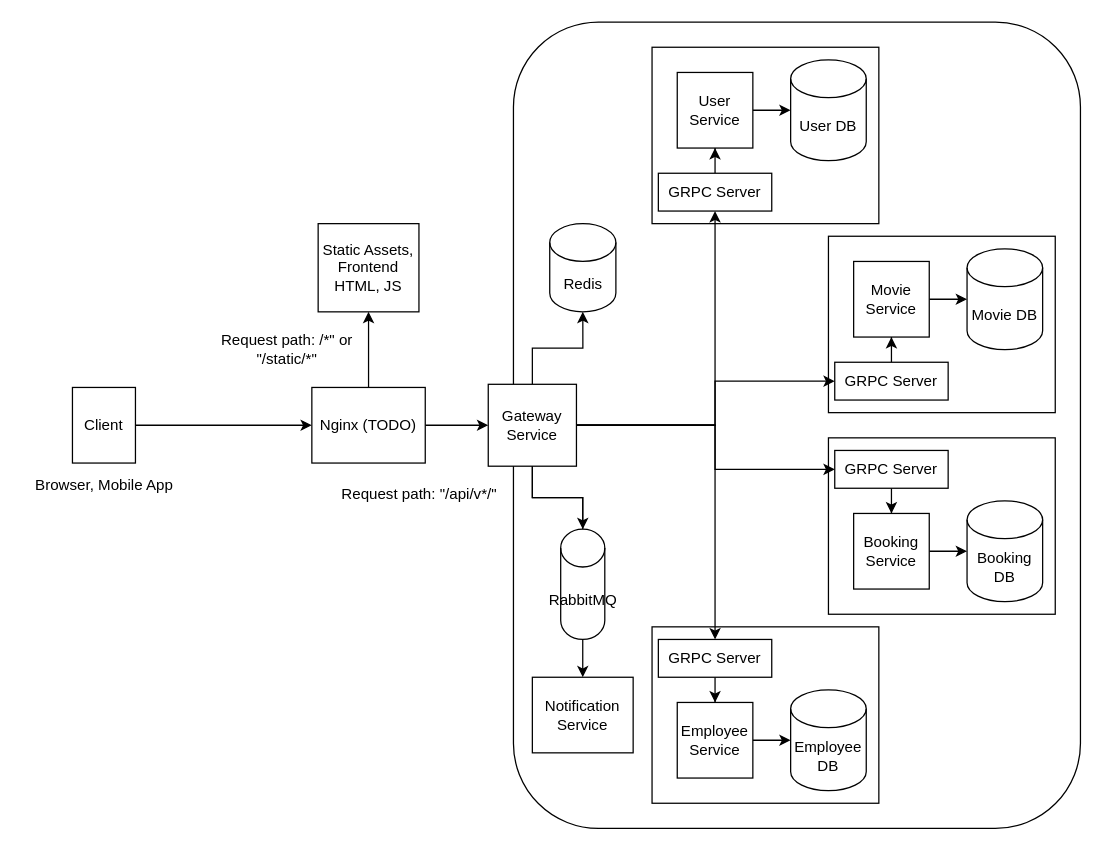
Before: docs/diagram.drawio in mtstnt/movie-booking, a draw.io diagram. Source tidied: cells renumbered, new cells numbered last; positions are measured from the earlier drawing's top-left corner, leaving out a move shared by most shapes. Both pictures are drawn from the tidied source at 126%, with x=0, y=0 at pixel (21, 21).
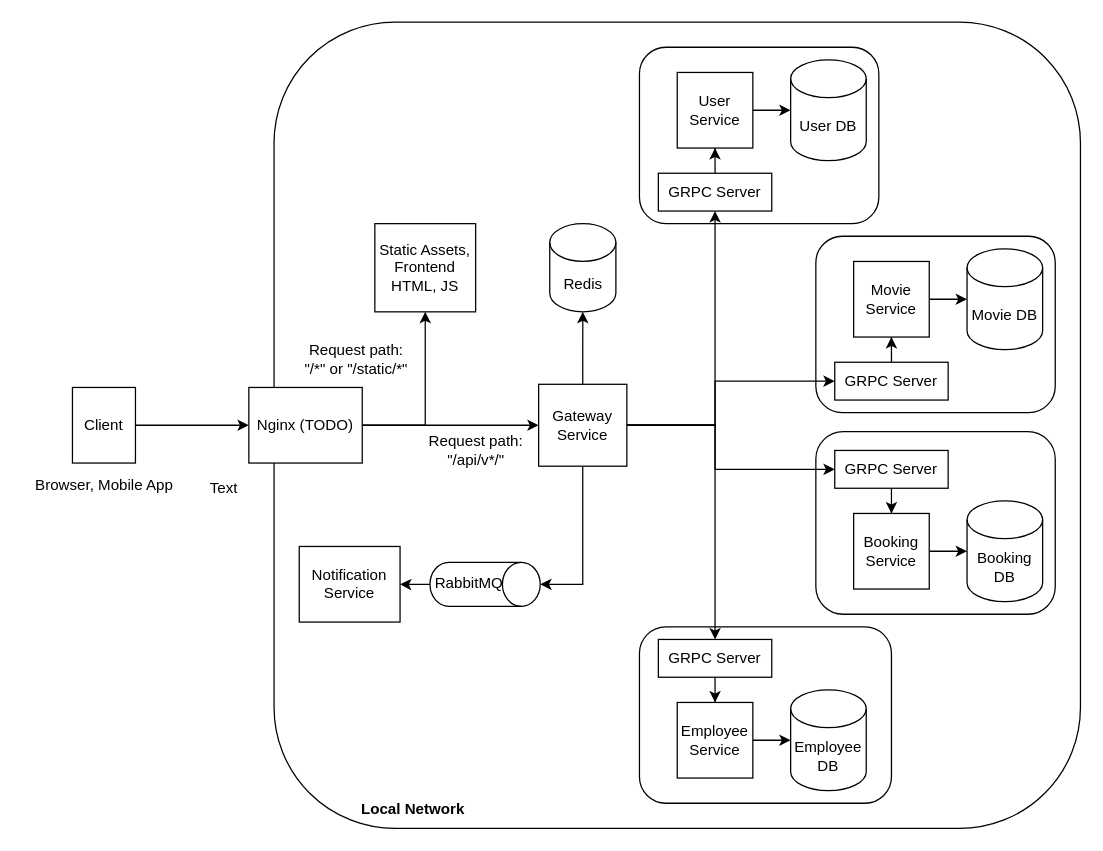
Above is the later version.

The change refers to these unchanged cells:
```xml
<mxCell id="5" value="Client" style="rounded=0;whiteSpace=wrap;html=1;" parent="1" vertex="1">
  <mxGeometry x="40" y="290" width="50" height="60" as="geometry" />
</mxCell>
```

Change to the diagram source:
```diff
@@
     <mxCell id="2" style="rounded=1;whiteSpace=wrap;html=1;fillColor=none;" parent="1" vertex="1">
-      <mxGeometry x="390" width="450" height="640" as="geometry" />
+      <mxGeometry x="200" width="640" height="640" as="geometry" />
     </mxCell>
-    <mxCell id="3" style="rounded=0;whiteSpace=wrap;html=1;fillColor=none;" parent="1" vertex="1">
-      <mxGeometry x="500" y="20" width="180" height="140" as="geometry" />
-    </mxCell>
-    <mxCell id="4" style="edgeStyle=orthogonalEdgeStyle;rounded=0;jettySize=auto;html=1;" parent="1" edge="1" source="5">
-      <mxGeometry relative="1" as="geometry">
-        <mxPoint x="230" y="320" as="targetPoint" />
-      </mxGeometry>
+    <mxCell id="4" style="edgeStyle=orthogonalEdgeStyle;rounded=0;jettySize=auto;html=1;entryX=0;entryY=0.5;entryDx=0;entryDy=0;" parent="1" edge="1" source="5" target="8">
+      <mxGeometry relative="1" as="geometry" />
     </mxCell>
@@
     <mxCell id="8" value="Nginx (TODO)" style="rounded=0;whiteSpace=wrap;html=1;" parent="1" vertex="1">
-      <mxGeometry x="230" y="290" width="90" height="60" as="geometry" />
+      <mxGeometry x="180" y="290" width="90" height="60" as="geometry" />
     </mxCell>
     <mxCell id="9" value="Static Assets, Frontend HTML, JS" style="rounded=0;whiteSpace=wrap;html=1;" parent="1" vertex="1">
-      <mxGeometry x="235" y="160" width="80" height="70" as="geometry" />
+      <mxGeometry x="280" y="160" width="80" height="70" as="geometry" />
     </mxCell>
-    <mxCell id="10" value="Request path: /*&quot; or&lt;br&gt;&quot;/static/*&quot;" style="text;html=1;align=center;verticalAlign=middle;strokeColor=none;fillColor=none;" parent="1" vertex="1">
-      <mxGeometry x="145" y="240" width="130" height="40" as="geometry" />
+    <mxCell id="10" value="Request path: &lt;br&gt;&quot;/*&quot; or &quot;/static/*&quot;" style="text;html=1;align=center;verticalAlign=middle;strokeColor=none;fillColor=none;" parent="1" vertex="1">
+      <mxGeometry x="210" y="247.5" width="110" height="40" as="geometry" />
     </mxCell>
-    <mxCell id="11" value="Request path: &quot;/api/v*/&quot;" style="text;html=1;align=center;verticalAlign=middle;strokeColor=none;fillColor=none;" parent="1" vertex="1">
-      <mxGeometry x="240" y="360" width="150" height="30" as="geometry" />
+    <mxCell id="11" value="Request path: &lt;br&gt;&quot;/api/v*/&quot;" style="text;html=1;align=center;verticalAlign=middle;strokeColor=none;fillColor=none;" parent="1" vertex="1">
+      <mxGeometry x="310" y="320" width="100" height="40" as="geometry" />
     </mxCell>
@@
-    <mxCell id="17" style="edgeStyle=orthogonalEdgeStyle;rounded=0;jettySize=auto;html=1;" parent="1" edge="1" source="18" target="46">
+    <mxCell id="17" style="edgeStyle=orthogonalEdgeStyle;rounded=0;jettySize=auto;html=1;entryX=0.5;entryY=0;entryDx=0;entryDy=0;entryPerimeter=0;" parent="1" edge="1" source="18" target="46">
       <mxGeometry relative="1" as="geometry" />
     </mxCell>
     <mxCell id="18" value="Gateway Service" style="rounded=0;whiteSpace=wrap;html=1;" parent="1" vertex="1">
-      <mxGeometry x="370" y="287.5" width="70" height="65" as="geometry" />
+      <mxGeometry x="410" y="287.5" width="70" height="65" as="geometry" />
     </mxCell>
@@
-    <mxCell id="24" style="rounded=0;whiteSpace=wrap;html=1;fillColor=none;" parent="1" vertex="1">
-      <mxGeometry x="500" y="480" width="180" height="140" as="geometry" />
-    </mxCell>
@@
-    <mxCell id="31" style="rounded=0;whiteSpace=wrap;html=1;fillColor=none;" parent="1" vertex="1">
-      <mxGeometry x="640" y="330" width="180" height="140" as="geometry" />
-    </mxCell>
@@
-    <mxCell id="37" style="rounded=0;whiteSpace=wrap;html=1;fillColor=none;" parent="1" vertex="1">
-      <mxGeometry x="640" y="170" width="180" height="140" as="geometry" />
-    </mxCell>
@@
     <mxCell id="44" value="Notification Service" style="rounded=0;whiteSpace=wrap;html=1;fillColor=default;" parent="1" vertex="1">
-      <mxGeometry x="405" y="520" width="80" height="60" as="geometry" />
+      <mxGeometry x="220" y="416.2" width="80" height="60" as="geometry" />
     </mxCell>
-    <mxCell id="45" style="edgeStyle=orthogonalEdgeStyle;rounded=0;jettySize=auto;html=1;entryX=0.5;entryY=0;entryDx=0;entryDy=0;" parent="1" edge="1" source="46" target="44">
+    <mxCell id="45" style="edgeStyle=orthogonalEdgeStyle;rounded=0;jettySize=auto;html=1;entryX=1;entryY=0.5;entryDx=0;entryDy=0;" parent="1" edge="1" source="46" target="44">
       <mxGeometry relative="1" as="geometry" />
     </mxCell>
-    <mxCell id="46" value="RabbitMQ" style="shape=cylinder3;whiteSpace=wrap;html=1;boundedLbl=1;backgroundOutline=1;size=15;fillColor=default;" parent="1" vertex="1">
-      <mxGeometry x="427.5" y="402.5" width="35" height="87.5" as="geometry" />
+    <mxCell id="46" style="shape=cylinder3;whiteSpace=wrap;html=1;boundedLbl=1;backgroundOutline=1;size=15;fillColor=default;rotation=90;" parent="1" vertex="1">
+      <mxGeometry x="350" y="402.5" width="35" height="87.5" as="geometry" />
     </mxCell>
-    <mxCell id="47" style="edgeStyle=orthogonalEdgeStyle;rounded=0;jettySize=auto;html=1;entryX=0.5;entryY=0;entryDx=0;entryDy=0;endArrow=none;" parent="1" edge="1" source="18" target="46">
-      <mxGeometry relative="1" as="geometry" />
-    </mxCell>
+    <mxCell id="48" value="&lt;b&gt;Local Network&lt;/b&gt;" style="text;html=1;align=center;verticalAlign=middle;strokeColor=none;fillColor=none;" parent="1" vertex="1">
+      <mxGeometry x="255" y="610" width="110" height="30" as="geometry" />
+    </mxCell>
+    <mxCell id="49" value="Text" style="text;html=1;align=center;verticalAlign=middle;strokeColor=none;fillColor=none;" parent="1" vertex="1">
+      <mxGeometry x="135" y="355" width="50" height="30" as="geometry" />
+    </mxCell>
+    <mxCell id="50" style="rounded=1;whiteSpace=wrap;html=1;fillColor=none;" parent="1" vertex="1">
+      <mxGeometry x="490" y="20" width="190" height="140" as="geometry" />
+    </mxCell>
+    <mxCell id="51" style="rounded=1;whiteSpace=wrap;html=1;fillColor=none;" parent="1" vertex="1">
+      <mxGeometry x="630" y="170" width="190" height="140" as="geometry" />
+    </mxCell>
+    <mxCell id="52" style="rounded=1;whiteSpace=wrap;html=1;fillColor=none;" parent="1" vertex="1">
+      <mxGeometry x="630" y="325" width="190" height="145" as="geometry" />
+    </mxCell>
+    <mxCell id="53" style="rounded=1;whiteSpace=wrap;html=1;fillColor=none;" parent="1" vertex="1">
+      <mxGeometry x="490" y="480" width="200" height="140" as="geometry" />
+    </mxCell>
+    <mxCell id="54" value="RabbitMQ" style="text;html=1;strokeColor=none;fillColor=none;align=center;verticalAlign=middle;whiteSpace=wrap;rounded=0;" parent="1" vertex="1">
+      <mxGeometry x="330" y="431.2" width="50" height="30" as="geometry" />
+    </mxCell>
```
